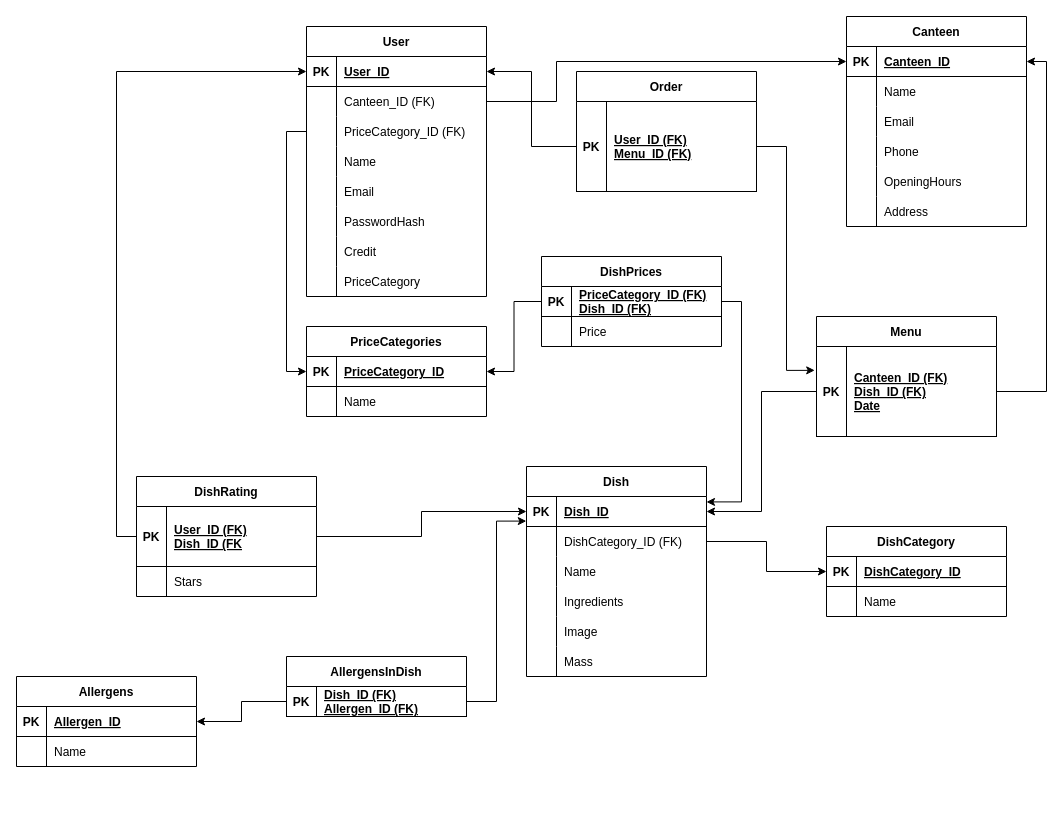
MarekHavel/ITU keeps this draw.io diagram as backend/schema_databaze.drawio. Above is the earlier version. Source tidied: cells renumbered, new cells numbered last; positions are measured from the earlier drawing's top-left corner, leaving out a move shared by most shapes. Both pictures are drawn from the tidied source at 100%, with x=0, y=0 at pixel (16, 16).
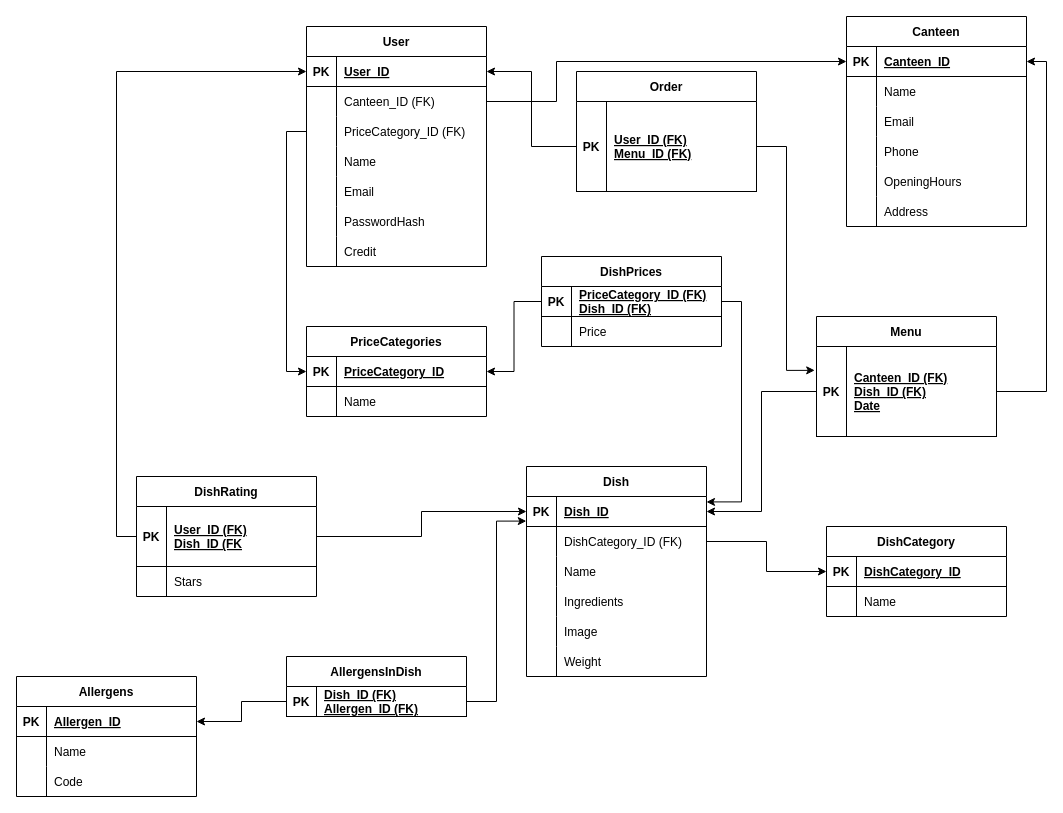
Above is the later version.

Commit message:
Úprava schéma databáze

The change refers to these unchanged cells:
```xml
<mxCell id="62" style="shape=tableRow;horizontal=0;startSize=0;swimlaneHead=0;swimlaneBody=0;fillColor=none;top=0;left=0;right=0;bottom=0;" parent="46" vertex="1">
  <mxGeometry y="180" width="180" height="30" as="geometry" />
</mxCell>
```

What changed in the source:
```diff
@@
     <mxCell id="2" value="User" style="shape=table;startSize=30;childLayout=tableLayout;rowLines=0;fontStyle=1;align=center;" parent="1" vertex="1">
-      <mxGeometry x="290" y="10" width="180" height="270" as="geometry" />
+      <mxGeometry x="290" y="10" width="180" height="240" as="geometry" />
     </mxCell>
@@
-    <mxCell id="24" style="shape=tableRow;horizontal=0;startSize=0;swimlaneHead=0;swimlaneBody=0;fillColor=none;top=0;left=0;right=0;bottom=0;" parent="2" vertex="1">
-      <mxGeometry y="240" width="180" height="30" as="geometry" />
-    </mxCell>
-    <mxCell id="25" style="shape=partialRectangle;fillColor=none;top=0;left=0;bottom=0;right=0;overflow=hidden;" parent="24" vertex="1">
-      <mxGeometry width="30" height="30" as="geometry" />
-    </mxCell>
-    <mxCell id="26" value="PriceCategory" style="shape=partialRectangle;fillColor=none;top=0;left=0;bottom=0;right=0;align=left;spacingLeft=6;overflow=hidden;" parent="24" vertex="1">
-      <mxGeometry x="30" width="150" height="30" as="geometry" />
-    </mxCell>
@@
-    <mxCell id="64" value="Mass" style="shape=partialRectangle;fillColor=none;top=0;left=0;bottom=0;right=0;align=left;spacingLeft=6;overflow=hidden;" parent="62" vertex="1">
+    <mxCell id="64" value="Weight" style="shape=partialRectangle;fillColor=none;top=0;left=0;bottom=0;right=0;align=left;spacingLeft=6;overflow=hidden;" parent="62" vertex="1">
       <mxGeometry x="30" width="150" height="30" as="geometry" />
     </mxCell>
@@
     <mxCell id="113" value="Allergens" style="shape=table;startSize=30;childLayout=tableLayout;rowLines=0;fontStyle=1;align=center;" parent="1" vertex="1">
-      <mxGeometry y="660" width="180" height="90" as="geometry" />
+      <mxGeometry y="660" width="180" height="120" as="geometry" />
     </mxCell>
@@
+    <mxCell id="126" style="shape=tableRow;horizontal=0;startSize=0;swimlaneHead=0;swimlaneBody=0;fillColor=none;top=0;left=0;right=0;bottom=0;" parent="113" vertex="1">
+      <mxGeometry y="90" width="180" height="30" as="geometry" />
+    </mxCell>
+    <mxCell id="25" style="shape=partialRectangle;fillColor=none;top=0;left=0;bottom=0;right=0;overflow=hidden;" parent="126" vertex="1">
+      <mxGeometry width="30" height="30" as="geometry" />
+    </mxCell>
+    <mxCell id="127" value="Code" style="shape=partialRectangle;fillColor=none;top=0;left=0;bottom=0;right=0;align=left;spacingLeft=6;overflow=hidden;" parent="126" vertex="1">
+      <mxGeometry x="30" width="150" height="30" as="geometry" />
+    </mxCell>
```
